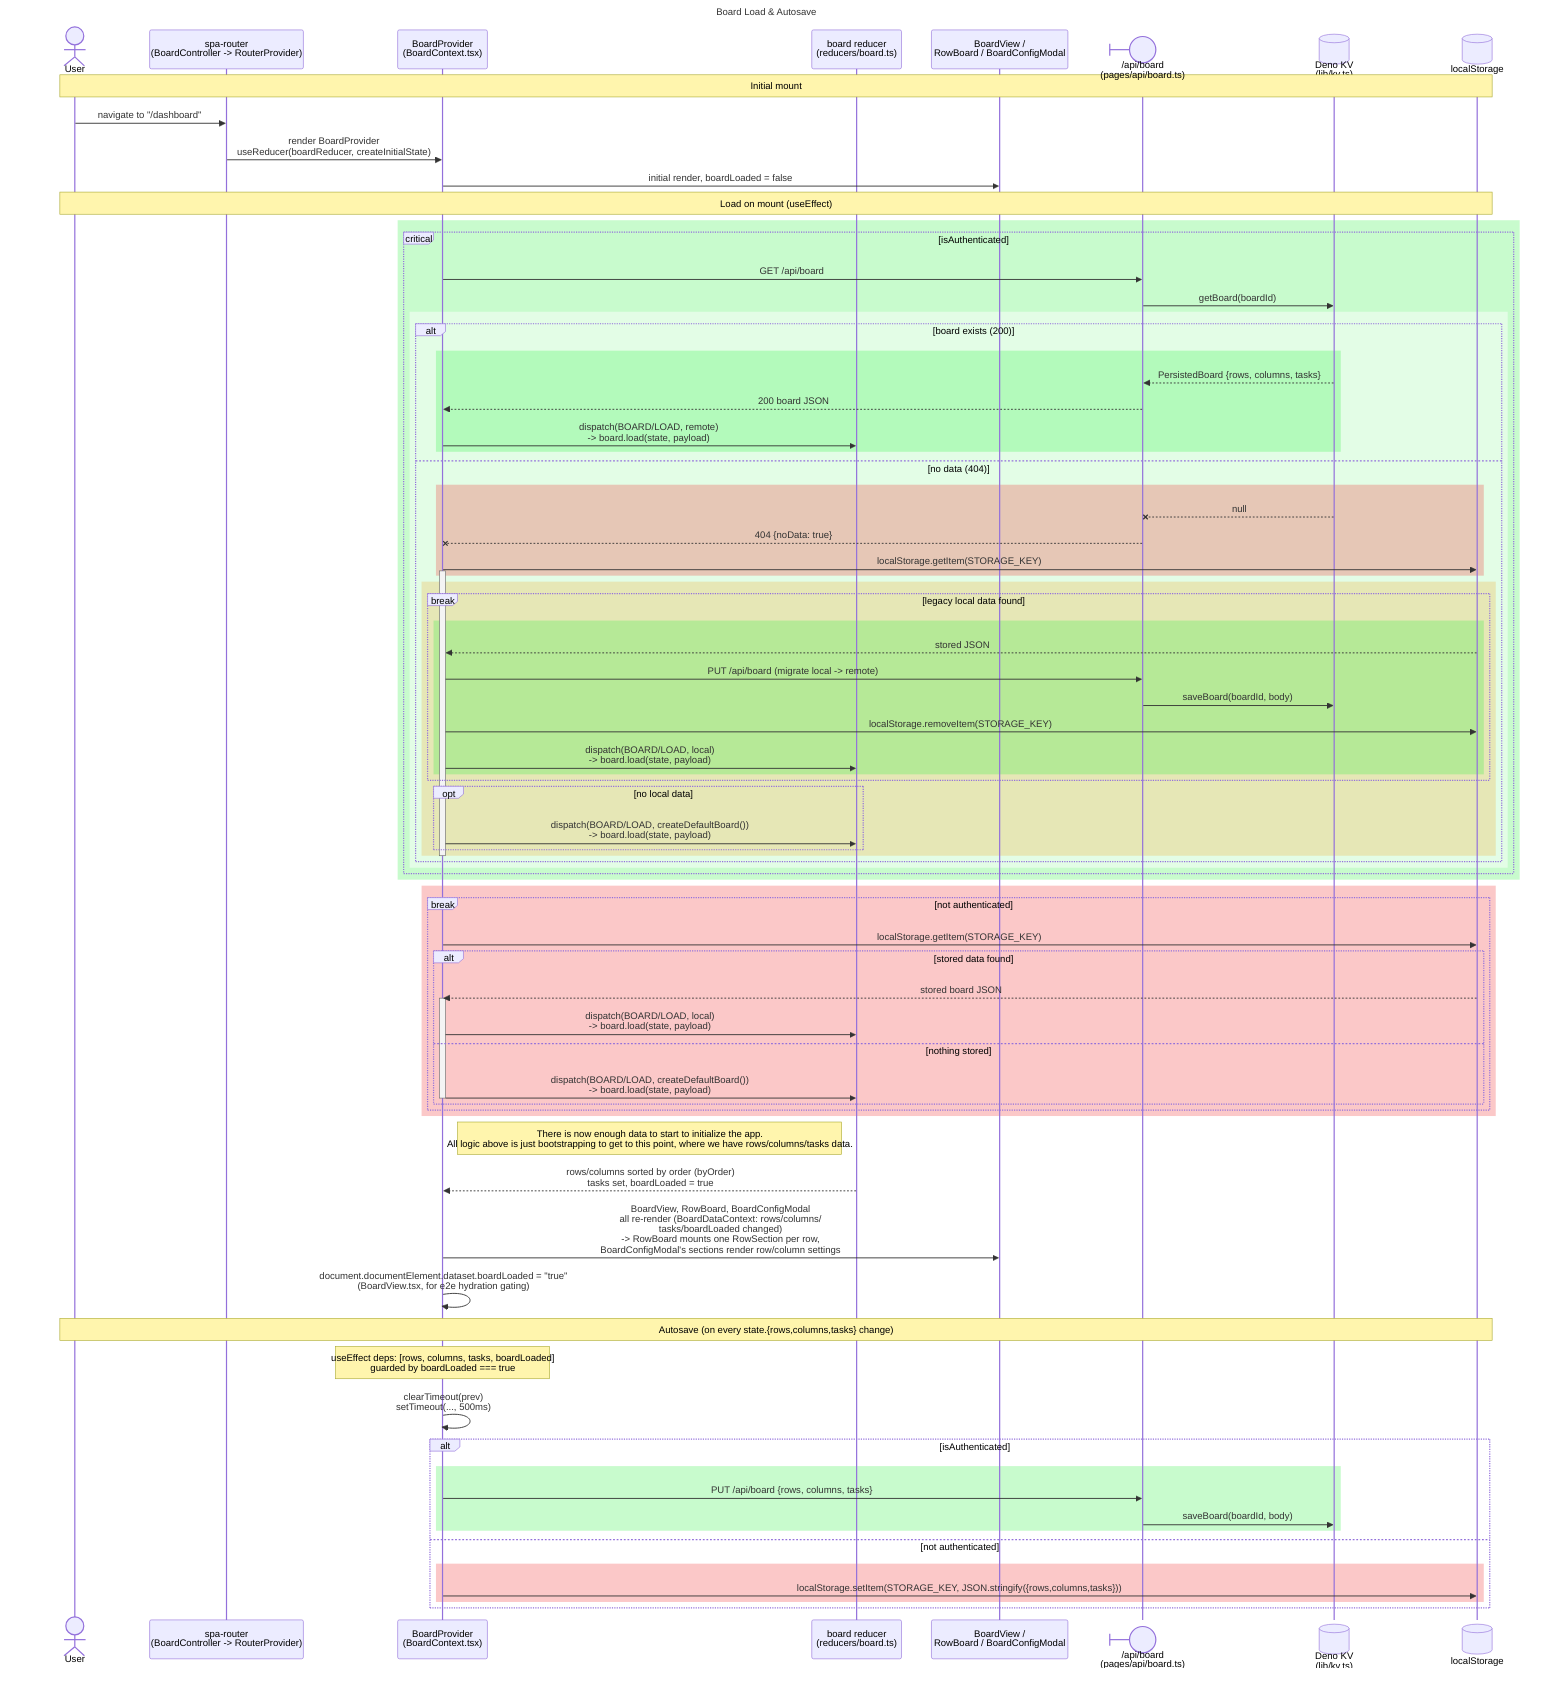
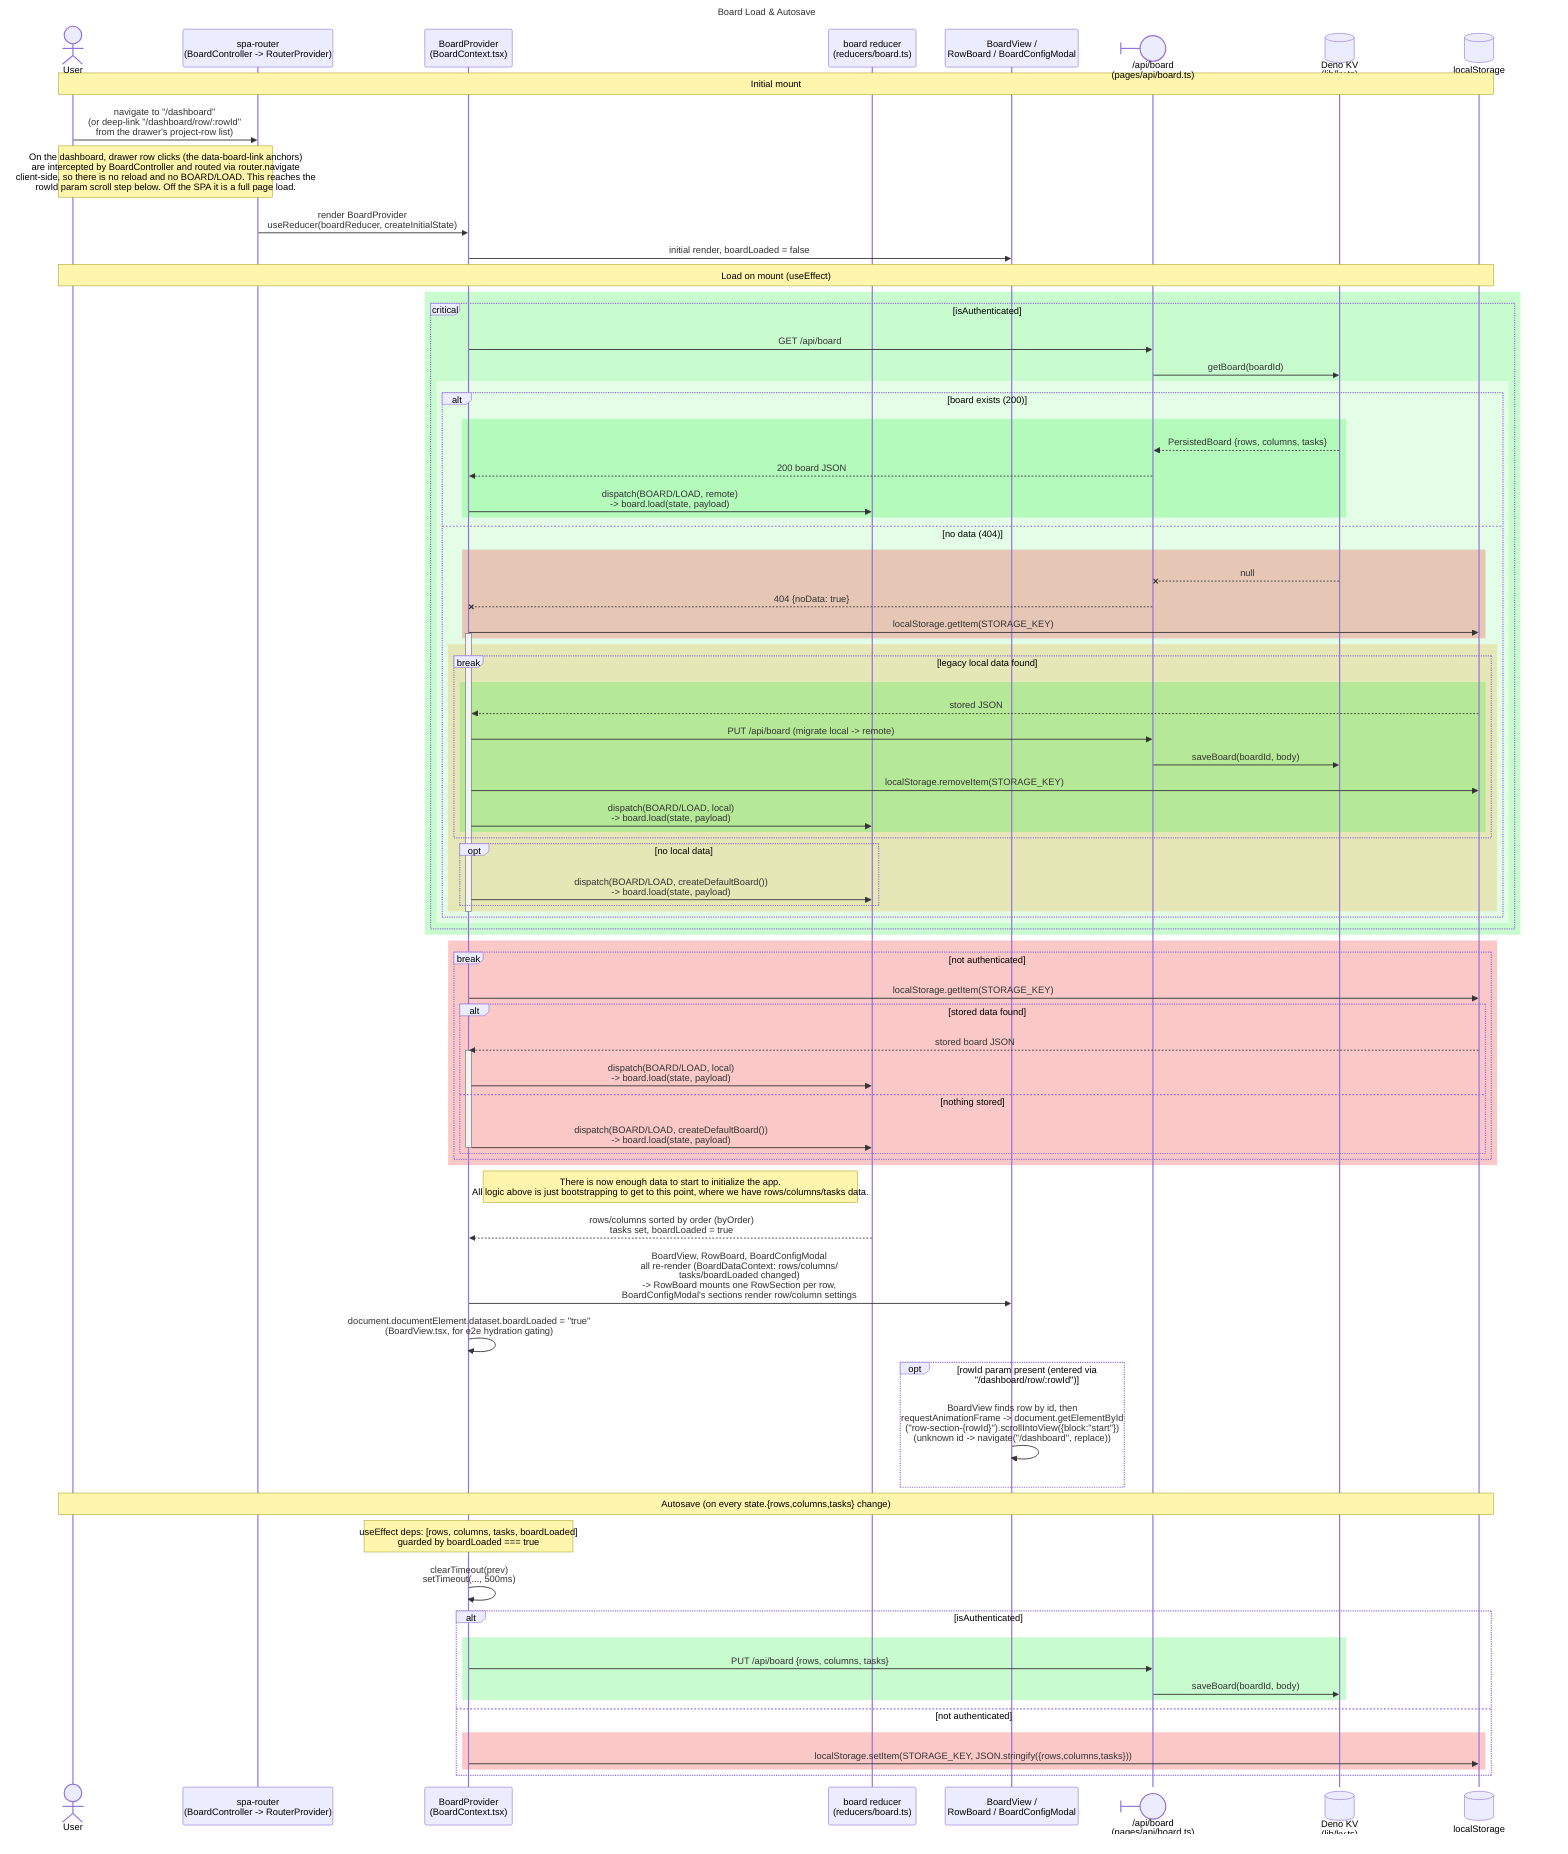
---
title: Board Load & Autosave
---
sequenceDiagram
    actor User
    participant Router as spa-router<br/>(BoardController -> RouterProvider)
    participant Provider as BoardProvider<br/>(BoardContext.tsx)
    participant Reducer as board reducer<br/>(reducers/board.ts)
    participant View as BoardView /<br/>RowBoard / BoardConfigModal
    participant API@{ "type" : "boundary" } as /api/board<br/>(pages/api/board.ts)
    participant KV@{ "type" : "database" } as Deno KV<br/>(lib/kv.ts)
    participant LS@{ "type" : "database" } as localStorage

    Note over User,LS: Initial mount
-     User->>Router: navigate to "/dashboard"
+     User->>Router: navigate to "/dashboard"<br/>(or deep-link "/dashboard/row/:rowId"<br/>from the drawer's project-row list)
+     Note over User,Router: On the dashboard, drawer row clicks (the data-board-link anchors)<br/>are intercepted by BoardController and routed via router.navigate<br/>client-side, so there is no reload and no BOARD/LOAD. This reaches the<br/>rowId param scroll step below. Off the SPA it is a full page load.
    Router->>Provider: render BoardProvider<br/>useReducer(boardReducer, createInitialState)
    Provider->>View: initial render, boardLoaded = false

    Note over User,LS: Load on mount (useEffect)
    rect rgba(38, 240, 58, 0.25)
        critical isAuthenticated
            Provider->>API: GET /api/board
            API->>KV: getBoard(boardId)
            rect rgba(255, 255, 255, 0.5)
                alt board exists (200)
                    rect rgba(38, 240, 58, 0.25)
                        KV-->>API: PersistedBoard {rows, columns, tasks}
                        API-->>Provider: 200 board JSON
                        Provider->>Reducer: dispatch(BOARD/LOAD, remote)<br/>-> board.load(state, payload)
                    end
                else no data (404)

                    rect rgba(240, 38, 38, 0.25)
                        KV--xAPI: null
                        API--xProvider: 404 {noData: true}
                        Provider->>LS: localStorage.getItem(STORAGE_KEY)
                        activate Provider
                    end
                    rect rgba(240, 163, 38, 0.25)
                        break legacy local data found
                            rect rgba(38, 240, 58, 0.25)
                                LS-->>Provider: stored JSON
                                Provider->>API: PUT /api/board (migrate local -> remote)
                                API->>KV: saveBoard(boardId, body)
                                Provider->>LS: localStorage.removeItem(STORAGE_KEY)
                                Provider->>Reducer: dispatch(BOARD/LOAD, local)<br/>-> board.load(state, payload)
                            end
                        end
                        opt no local data
                            Provider->>Reducer: dispatch(BOARD/LOAD, createDefaultBoard())<br/>-> board.load(state, payload)
                        end
                    end
                    deactivate Provider
                end
            end
        end
    end
    rect rgba(240, 38, 38, 0.25)
        break not authenticated
            Provider->>LS: localStorage.getItem(STORAGE_KEY)
            alt stored data found
                LS-->>Provider: stored board JSON
                activate Provider
                Provider->>Reducer: dispatch(BOARD/LOAD, local)<br/>-> board.load(state, payload)
            else nothing stored
                Provider->>Reducer: dispatch(BOARD/LOAD, createDefaultBoard())<br/>-> board.load(state, payload)
                deactivate Provider
            end
        end
    end

    Note right of Provider: There is now enough data to start to initialize the app.<br />All logic above is just bootstrapping to get to this point, where we have rows/columns/tasks data.

    Reducer-->>Provider: rows/columns sorted by order (byOrder)<br/>tasks set, boardLoaded = true
    Provider->>View: BoardView, RowBoard, BoardConfigModal<br/>all re-render (BoardDataContext: rows/columns/<br/>tasks/boardLoaded changed)<br/>-> RowBoard mounts one RowSection per row,<br/>BoardConfigModal's sections render row/column settings
    Provider->>Provider: document.documentElement.dataset.boardLoaded = "true"<br/>(BoardView.tsx, for e2e hydration gating)
+     opt rowId param present (entered via "/dashboard/row/:rowId")
+         View->>View: BoardView finds row by id, then<br/>requestAnimationFrame -> document.getElementById<br/>("row-section-{rowId}").scrollIntoView({block:"start"})<br/>(unknown id -> navigate("/dashboard", replace))
+     end

    Note over User,LS: Autosave (on every state.{rows,columns,tasks} change)
    Note over Provider: useEffect deps: [rows, columns, tasks, boardLoaded]<br/>guarded by boardLoaded === true
    Provider->>Provider: clearTimeout(prev)<br/>setTimeout(..., 500ms)
    alt isAuthenticated
        rect rgba(38, 240, 58, 0.25)
            Provider->>API: PUT /api/board {rows, columns, tasks}
            API->>KV: saveBoard(boardId, body)
        end
    else not authenticated
        rect rgba(240, 38, 38, 0.25)
            Provider->>LS: localStorage.setItem(STORAGE_KEY, JSON.stringify({rows,columns,tasks}))
        end
    end
